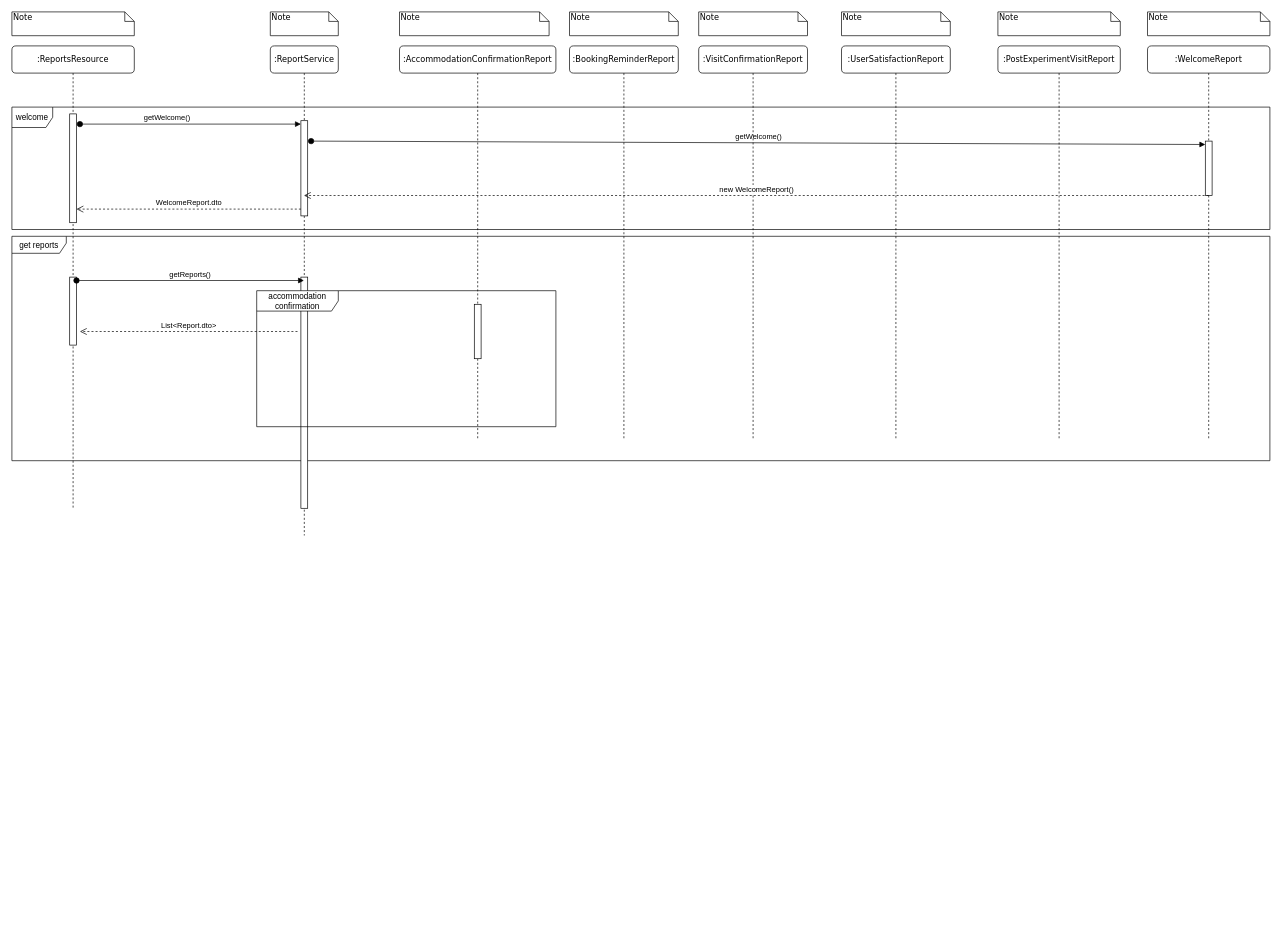
This is Document generation sequence diagram.drawio from ambolt314/FinalProjectDesign, a draw.io file, before an edit. Source tidied: cells renumbered, new cells numbered last; positions are measured from the earlier drawing's top-left corner, leaving out a move shared by most shapes. Both pictures are drawn from the tidied source at 68%, with x=0, y=0 at pixel (12, 12).
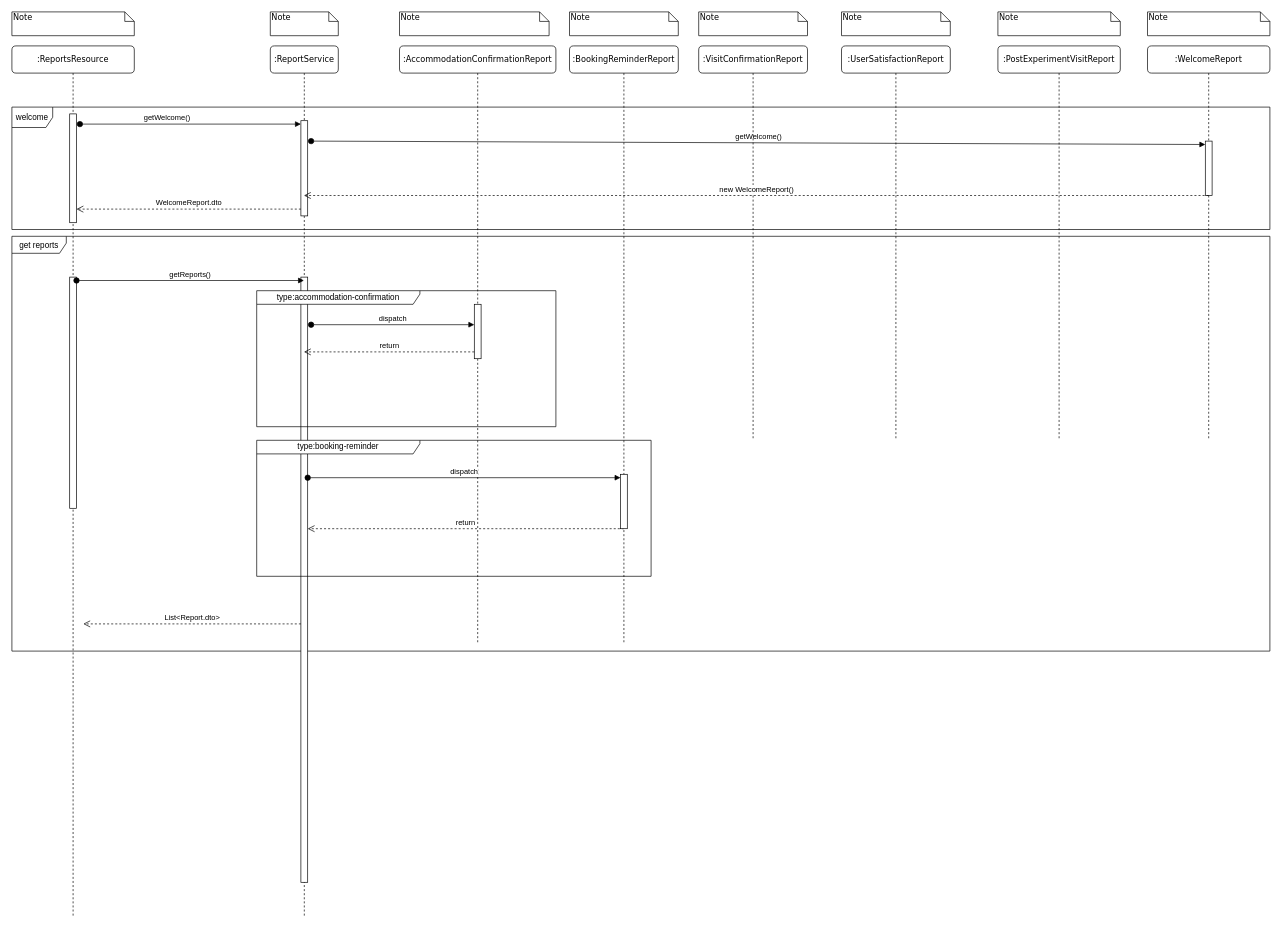
The same page after the edit.

Unchanged cells that the change refers to:
```xml
<mxCell id="32" style="html=1;points=[[0,0,0,0,5],[0,1,0,0,-5],[1,0,0,0,5],[1,1,0,0,-5]];perimeter=orthogonalPerimeter;outlineConnect=0;targetShapes=umlLifeline;portConstraint=eastwest;newEdgeStyle={&quot;curved&quot;:0,&quot;rounded&quot;:0};" parent="1" vertex="1">
  <mxGeometry x="680" y="430" width="10" height="80" as="geometry" />
</mxCell>
```

What changed in the source:
```diff
@@
     <mxCell id="2" value=":ReportService" style="shape=umlLifeline;perimeter=lifelinePerimeter;whiteSpace=wrap;html=1;outlineConnect=0;rounded=1;shadow=0;comic=0;labelBackgroundColor=none;strokeWidth=1;fontFamily=Verdana;fontSize=12;align=center;" parent="1" vertex="1">
-      <mxGeometry x="380" y="50" width="100" height="720" as="geometry" />
+      <mxGeometry x="380" y="50" width="100" height="1280" as="geometry" />
     </mxCell>
@@
     <mxCell id="5" value=":AccommodationConfirmationReport" style="shape=umlLifeline;perimeter=lifelinePerimeter;whiteSpace=wrap;html=1;rounded=1;shadow=0;comic=0;labelBackgroundColor=none;strokeWidth=1;fontFamily=Verdana;fontSize=12;align=center;" parent="1" vertex="1">
-      <mxGeometry x="570" y="50" width="230" height="580" as="geometry" />
+      <mxGeometry x="570" y="50" width="230" height="880" as="geometry" />
     </mxCell>
     <mxCell id="6" value=":BookingReminderReport" style="shape=umlLifeline;perimeter=lifelinePerimeter;whiteSpace=wrap;html=1;rounded=1;shadow=0;comic=0;labelBackgroundColor=none;strokeWidth=1;fontFamily=Verdana;fontSize=12;align=center;" parent="1" vertex="1">
-      <mxGeometry x="820" y="50" width="160" height="580" as="geometry" />
+      <mxGeometry x="820" y="50" width="160" height="880" as="geometry" />
     </mxCell>
@@
     <mxCell id="10" value=":ReportsResource" style="shape=umlLifeline;perimeter=lifelinePerimeter;whiteSpace=wrap;html=1;rounded=1;shadow=0;comic=0;labelBackgroundColor=none;strokeWidth=1;fontFamily=Verdana;fontSize=12;align=center;" parent="1" vertex="1">
-      <mxGeometry y="50" width="180" height="680" as="geometry" />
+      <mxGeometry y="50" width="180" height="1280" as="geometry" />
     </mxCell>
@@
     <mxCell id="13" value="get reports" style="shape=umlFrame;whiteSpace=wrap;html=1;width=80;height=25;" parent="10" vertex="1">
-      <mxGeometry y="280" width="1850" height="330" as="geometry" />
+      <mxGeometry y="280" width="1850" height="610" as="geometry" />
     </mxCell>
@@
     <mxCell id="15" style="html=1;points=[[0,0,0,0,5],[0,1,0,0,-5],[1,0,0,0,5],[1,1,0,0,-5]];perimeter=orthogonalPerimeter;outlineConnect=0;targetShapes=umlLifeline;portConstraint=eastwest;newEdgeStyle={&quot;curved&quot;:0,&quot;rounded&quot;:0};" parent="10" vertex="1">
-      <mxGeometry x="85" y="340" width="10" height="100" as="geometry" />
+      <mxGeometry x="85" y="340" width="10" height="340" as="geometry" />
     </mxCell>
     <mxCell id="16" style="html=1;points=[[0,0,0,0,5],[0,1,0,0,-5],[1,0,0,0,5],[1,1,0,0,-5]];perimeter=orthogonalPerimeter;outlineConnect=0;targetShapes=umlLifeline;portConstraint=eastwest;newEdgeStyle={&quot;curved&quot;:0,&quot;rounded&quot;:0};" parent="10" vertex="1">
-      <mxGeometry x="425" y="340" width="10" height="340" as="geometry" />
+      <mxGeometry x="425" y="340" width="10" height="890" as="geometry" />
     </mxCell>
+    <mxCell id="33" value="type:booking-reminder" style="shape=umlFrame;whiteSpace=wrap;html=1;width=240;height=20;" parent="10" vertex="1">
+      <mxGeometry x="360" y="580" width="580" height="200" as="geometry" />
+    </mxCell>
     <mxCell id="17" value="List&amp;lt;Report.dto&amp;gt;" style="html=1;verticalAlign=bottom;endArrow=open;dashed=1;endSize=8;curved=0;rounded=0;" parent="10" edge="1">
       <mxGeometry relative="1" as="geometry">
-        <mxPoint x="420" y="420" as="sourcePoint" />
-        <mxPoint x="100" y="420" as="targetPoint" />
+        <mxPoint x="425" y="850" as="sourcePoint" />
+        <mxPoint x="105" y="850" as="targetPoint" />
       </mxGeometry>
     </mxCell>
+    <mxCell id="34" value="return" style="html=1;verticalAlign=bottom;endArrow=open;dashed=1;endSize=8;curved=0;rounded=0;" parent="10" edge="1" target="16">
+      <mxGeometry relative="1" as="geometry">
+        <mxPoint x="900" y="710" as="sourcePoint" />
+      </mxGeometry>
+    </mxCell>
@@
-    <mxCell id="31" value="accommodation confirmation" style="shape=umlFrame;whiteSpace=wrap;html=1;width=120;height=30;" parent="1" vertex="1">
+    <mxCell id="31" value="type:accommodation-confirmation" style="shape=umlFrame;whiteSpace=wrap;html=1;width=240;height=20;" parent="1" vertex="1">
       <mxGeometry x="360" y="410" width="440" height="200" as="geometry" />
     </mxCell>
@@
+    <mxCell id="35" value="dispatch" style="html=1;verticalAlign=bottom;startArrow=oval;startFill=1;endArrow=block;startSize=8;curved=0;rounded=0;" parent="1" edge="1" target="32">
+      <mxGeometry relative="1" as="geometry">
+        <mxPoint x="440" y="460" as="sourcePoint" />
+      </mxGeometry>
+    </mxCell>
+    <mxCell id="36" value="return" style="html=1;verticalAlign=bottom;endArrow=open;dashed=1;endSize=8;curved=0;rounded=0;" parent="1" edge="1" target="2">
+      <mxGeometry relative="1" as="geometry">
+        <mxPoint x="680" y="500" as="sourcePoint" />
+      </mxGeometry>
+    </mxCell>
+    <mxCell id="37" style="html=1;points=[[0,0,0,0,5],[0,1,0,0,-5],[1,0,0,0,5],[1,1,0,0,-5]];perimeter=orthogonalPerimeter;outlineConnect=0;targetShapes=umlLifeline;portConstraint=eastwest;newEdgeStyle={&quot;curved&quot;:0,&quot;rounded&quot;:0};" parent="1" vertex="1">
+      <mxGeometry x="895" y="680" width="10" height="80" as="geometry" />
+    </mxCell>
+    <mxCell id="38" value="dispatch" style="html=1;verticalAlign=bottom;startArrow=oval;startFill=1;endArrow=block;startSize=8;curved=0;rounded=0;entryX=0;entryY=0;entryDx=0;entryDy=5;entryPerimeter=0;" parent="1" edge="1" source="16" target="37">
+      <mxGeometry relative="1" as="geometry" />
+    </mxCell>
```
